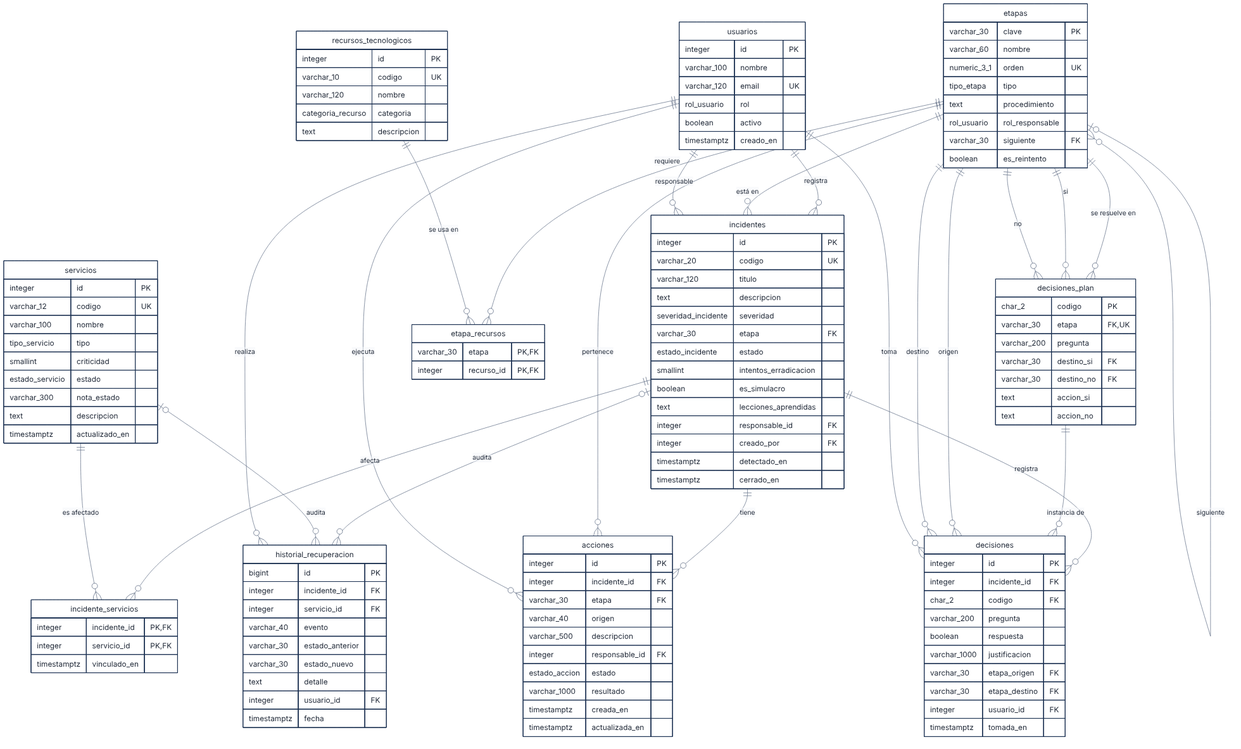
Before: docs/der/DER.png, a diagram exported from Mermaid (Aldoyzx/colonial-contingencia). Its source is kept beside it as docs/der/DER.mmd.
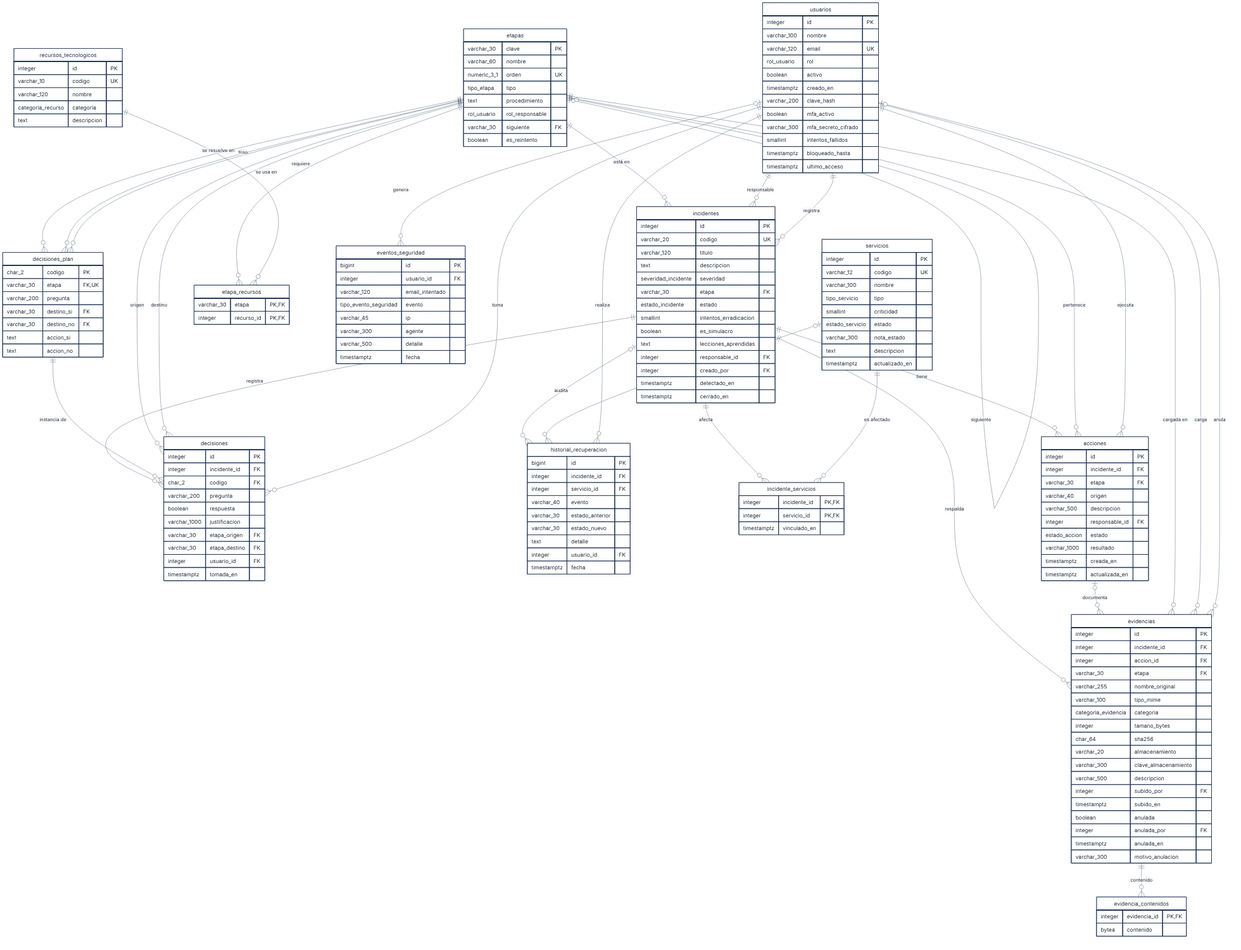
Above is the later version.

What changed in the source:
```diff
@@ -1,10 +1,4 @@
 erDiagram
-  usuarios ||--o{ incidentes : "registra"
-  incidentes ||--o{ incidente_servicios : "afecta"
-  servicios ||--o{ incidente_servicios : "es afectado"
-  incidentes ||--o{ acciones : "tiene"
-  etapas ||--o{ acciones : "pertenece"
-  usuarios ||--o{ acciones : "ejecuta"
   incidentes ||--o{ decisiones : "registra"
   decisiones_plan ||--o{ decisiones : "instancia de"
   etapas ||--o{ decisiones : "origen"
@@ -21,6 +15,19 @@
   recursos_tecnologicos ||--o{ etapa_recursos : "se usa en"
   etapas ||--o{ incidentes : "está en"
   usuarios ||--o{ incidentes : "responsable"
+  usuarios ||--o{ incidentes : "registra"
+  incidentes ||--o{ incidente_servicios : "afecta"
+  servicios ||--o{ incidente_servicios : "es afectado"
+  incidentes ||--o{ acciones : "tiene"
+  etapas ||--o{ acciones : "pertenece"
+  usuarios ||--o{ acciones : "ejecuta"
+  usuarios |o--o{ eventos_seguridad : "genera"
+  incidentes ||--o{ evidencias : "respalda"
+  acciones |o--o{ evidencias : "documenta"
+  etapas ||--o{ evidencias : "cargada en"
+  usuarios ||--o{ evidencias : "carga"
+  usuarios |o--o{ evidencias : "anula"
+  evidencias ||--o{ evidencia_contenidos : "contenido"
   usuarios {
     integer id PK
     varchar_100 nombre
@@ -28,6 +35,12 @@
     rol_usuario rol
     boolean activo
     timestamptz creado_en
+    varchar_200 clave_hash
+    boolean mfa_activo
+    varchar_300 mfa_secreto_cifrado
+    smallint intentos_fallidos
+    timestamptz bloqueado_hasta
+    timestamptz ultimo_acceso
   }
   incidentes {
     integer id PK
@@ -126,3 +139,37 @@
     categoria_recurso categoria
     text descripcion
   }
+  evidencias {
+    integer id PK
+    integer incidente_id FK
+    integer accion_id FK
+    varchar_30 etapa FK
+    varchar_255 nombre_original
+    varchar_100 tipo_mime
+    categoria_evidencia categoria
+    integer tamano_bytes
+    char_64 sha256
+    varchar_20 almacenamiento
+    varchar_300 clave_almacenamiento
+    varchar_500 descripcion
+    integer subido_por FK
+    timestamptz subido_en
+    boolean anulada
+    integer anulada_por FK
+    timestamptz anulada_en
+    varchar_300 motivo_anulacion
+  }
+  evidencia_contenidos {
+    integer evidencia_id PK,FK
+    bytea contenido
+  }
+  eventos_seguridad {
+    bigint id PK
+    integer usuario_id FK
+    varchar_120 email_intentado
+    tipo_evento_seguridad evento
+    varchar_45 ip
+    varchar_300 agente
+    varchar_500 detalle
+    timestamptz fecha
+  }
```
